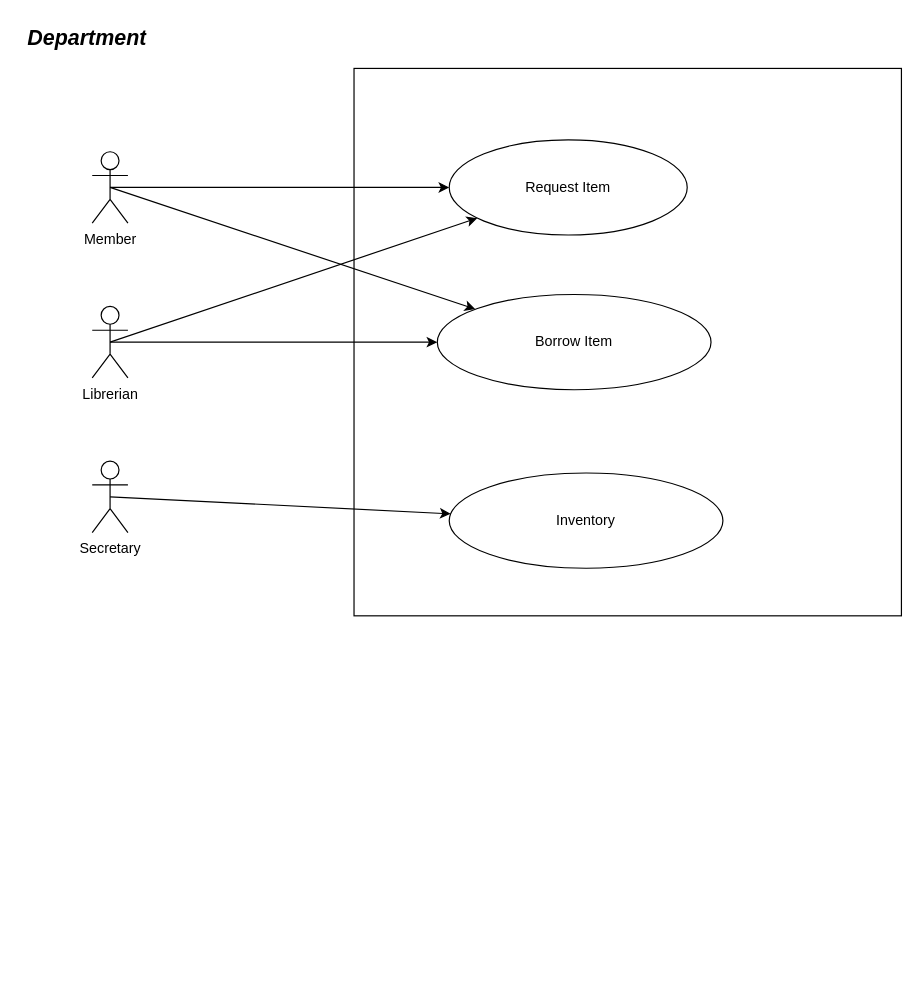
The draw.io diagram UML.drawio in TolaChhun/Library_UML, before the edit. Source tidied: cells renumbered, new cells numbered last; positions are measured from the earlier drawing's top-left corner, leaving out a move shared by most shapes. Both pictures are drawn from the tidied source at 119%, with x=0, y=0 at pixel (20, 20).
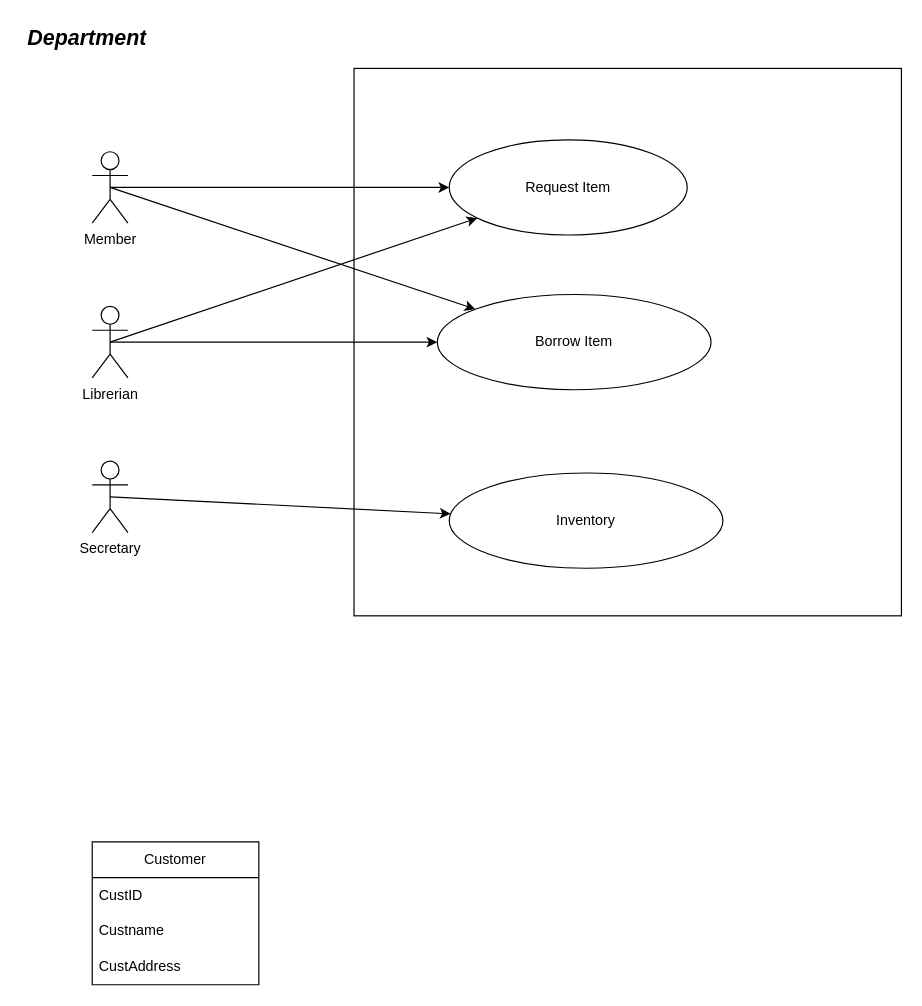
After the change.

What changed in the source:
```diff
@@
 <mxGraphModel>
   <root>
     <mxCell id="0" />
     <mxCell id="1" parent="0" />
     <mxCell id="2" value="&lt;b&gt;&lt;i&gt;&lt;font style=&quot;font-size: 18px;&quot;&gt;Department&lt;/font&gt;&lt;/i&gt;&lt;/b&gt;" style="text;strokeColor=none;fillColor=none;align=left;verticalAlign=middle;spacingLeft=4;spacingRight=4;overflow=hidden;whiteSpace=wrap;html=1;" parent="1" vertex="1">
       <mxGeometry width="180" height="30" as="geometry" />
     </mxCell>
     <mxCell id="3" style="whiteSpace=wrap;html=1;" parent="1" vertex="1">
       <mxGeometry x="280" y="40" width="460" height="460" as="geometry" />
     </mxCell>
     <mxCell id="4" value="Request Item" style="ellipse;whiteSpace=wrap;html=1;" parent="1" vertex="1">
       <mxGeometry x="360" y="100" width="200" height="80" as="geometry" />
     </mxCell>
     <mxCell id="5" value="Borrow Item" style="ellipse;whiteSpace=wrap;html=1;" parent="1" vertex="1">
       <mxGeometry x="350" y="230" width="230" height="80" as="geometry" />
     </mxCell>
     <mxCell id="6" value="Inventory" style="ellipse;whiteSpace=wrap;html=1;" parent="1" vertex="1">
       <mxGeometry x="360" y="380" width="230" height="80" as="geometry" />
     </mxCell>
     <mxCell id="7" value="Member" style="shape=umlActor;verticalLabelPosition=bottom;verticalAlign=top;html=1;outlineConnect=0;" parent="1" vertex="1">
       <mxGeometry x="60" y="110" width="30" height="60" as="geometry" />
     </mxCell>
     <mxCell id="8" value="Secretary" style="shape=umlActor;verticalLabelPosition=bottom;verticalAlign=top;html=1;outlineConnect=0;" parent="1" vertex="1">
       <mxGeometry x="60" y="370" width="30" height="60" as="geometry" />
     </mxCell>
     <mxCell id="9" value="Librerian" style="shape=umlActor;verticalLabelPosition=bottom;verticalAlign=top;html=1;outlineConnect=0;" parent="1" vertex="1">
       <mxGeometry x="60" y="240" width="30" height="60" as="geometry" />
     </mxCell>
     <mxCell id="10" style="endArrow=classic;html=1;rounded=0;exitX=0.5;exitY=0.5;exitDx=0;exitDy=0;exitPerimeter=0;" parent="1" edge="1" source="7" target="4">
       <mxGeometry relative="1" as="geometry" />
     </mxCell>
     <mxCell id="11" style="endArrow=classic;html=1;rounded=0;exitX=0.5;exitY=0.5;exitDx=0;exitDy=0;exitPerimeter=0;" parent="1" edge="1" source="7" target="5">
       <mxGeometry relative="1" as="geometry" />
     </mxCell>
     <mxCell id="12" style="endArrow=classic;html=1;rounded=0;exitX=0.5;exitY=0.5;exitDx=0;exitDy=0;exitPerimeter=0;" parent="1" edge="1" source="9" target="4">
       <mxGeometry relative="1" as="geometry" />
     </mxCell>
     <mxCell id="13" style="endArrow=classic;html=1;rounded=0;exitX=0.5;exitY=0.5;exitDx=0;exitDy=0;exitPerimeter=0;" parent="1" edge="1" source="9" target="5">
       <mxGeometry relative="1" as="geometry" />
     </mxCell>
     <mxCell id="14" style="endArrow=classic;html=1;rounded=0;exitX=0.5;exitY=0.5;exitDx=0;exitDy=0;exitPerimeter=0;" parent="1" edge="1" source="8" target="6">
       <mxGeometry relative="1" as="geometry" />
     </mxCell>
+    <mxCell id="15" value="Customer" style="swimlane;fontStyle=0;horizontal=1;startSize=30;whiteSpace=wrap;html=1;" parent="1" vertex="1">
+      <mxGeometry x="60" y="690" width="140" height="120" as="geometry" />
+    </mxCell>
+    <mxCell id="16" value="CustID" style="text;strokeColor=none;fillColor=none;align=left;verticalAlign=middle;spacingLeft=4;spacingRight=4;overflow=hidden;whiteSpace=wrap;html=1;" parent="15" vertex="1">
+      <mxGeometry y="30" width="140" height="30" as="geometry" />
+    </mxCell>
+    <mxCell id="17" value="Custname" style="text;strokeColor=none;fillColor=none;align=left;verticalAlign=middle;spacingLeft=4;spacingRight=4;overflow=hidden;whiteSpace=wrap;html=1;" parent="15" vertex="1">
+      <mxGeometry y="60" width="140" height="30" as="geometry" />
+    </mxCell>
+    <mxCell id="18" value="CustAddress" style="text;strokeColor=none;fillColor=none;align=left;verticalAlign=middle;spacingLeft=4;spacingRight=4;overflow=hidden;whiteSpace=wrap;html=1;" parent="15" vertex="1">
+      <mxGeometry y="90" width="140" height="30" as="geometry" />
+    </mxCell>
   </root>
 </mxGraphModel>
```
